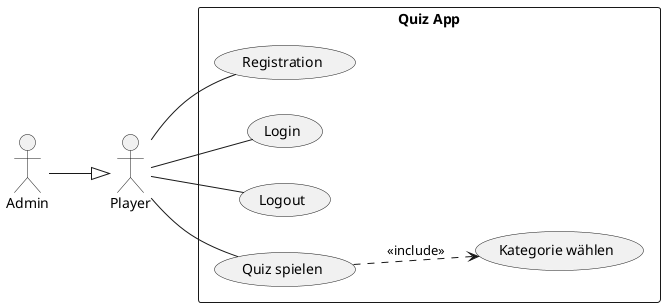
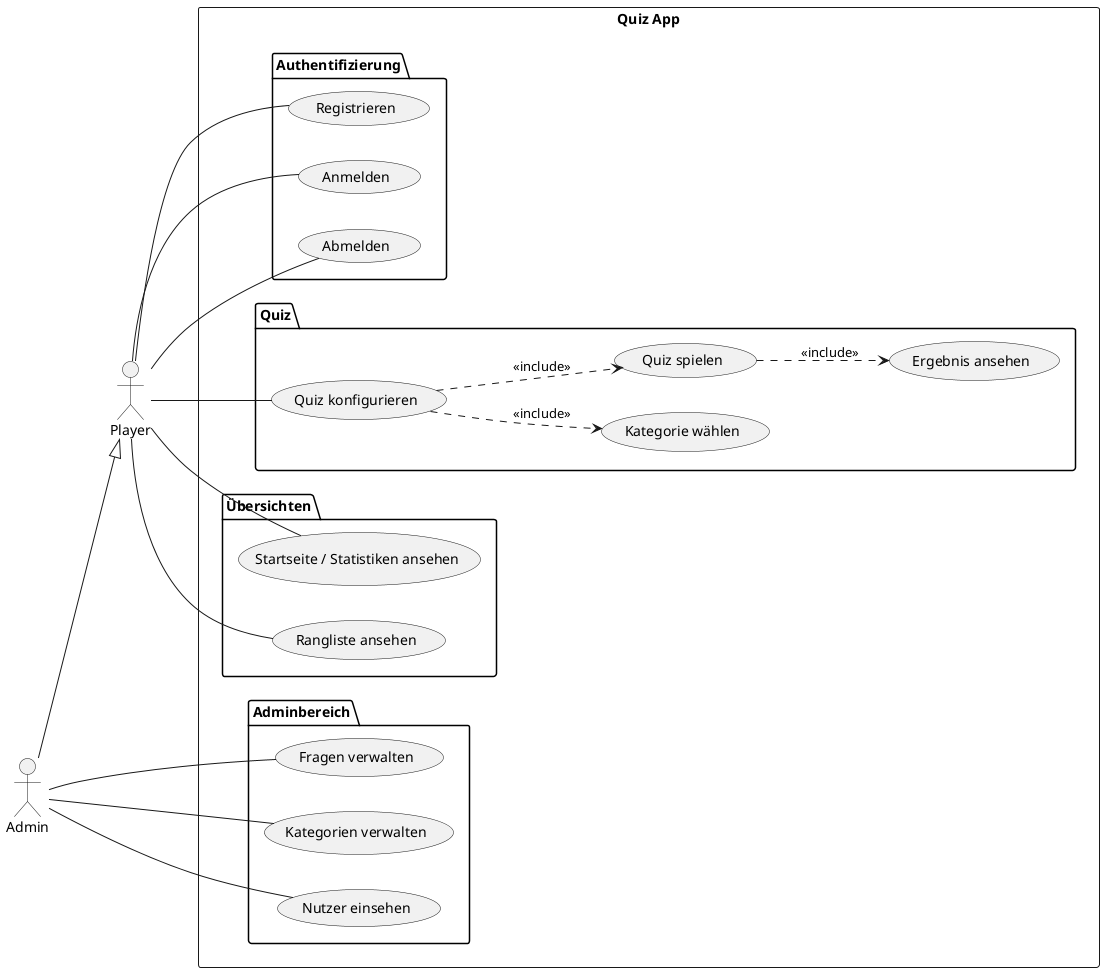
@startuml
left to right direction

actor "Player" as P
actor "Admin" as A

rectangle "Quiz App" {
-   usecase "Registration" as UC1
-   usecase "Login" as UC2
-   usecase "Logout" as UC3
-   usecase "Quiz spielen" as UC4
-   usecase "Kategorie wählen" as UC5
+ 
+   package "Authentifizierung" {
+     usecase "Registrieren" as UC1
+     usecase "Anmelden" as UC2
+     usecase "Abmelden" as UC3
+   }
+ 
+   package "Quiz" {
+     usecase "Quiz konfigurieren" as UC4
+     usecase "Kategorie wählen" as UC5
+     usecase "Quiz spielen" as UC6
+     usecase "Ergebnis ansehen" as UC7
+   }
+ 
+   package "Übersichten" {
+     usecase "Startseite / Statistiken ansehen" as UC8
+     usecase "Rangliste ansehen" as UC9
+   }
+ 
+   package "Adminbereich" {
+     usecase "Fragen verwalten" as UC10
+     usecase "Kategorien verwalten" as UC11
+     usecase "Nutzer einsehen" as UC12
+   }
}

UC4 ..> UC5 : <<include>>
+ UC4 ..> UC6 : <<include>>
+ UC6 ..> UC7 : <<include>>

P -- UC1
P -- UC2
P -- UC3
P -- UC4
+ P -- UC8
+ P -- UC9

A --|> P
+ A -- UC10
+ A -- UC11
+ A -- UC12

@enduml